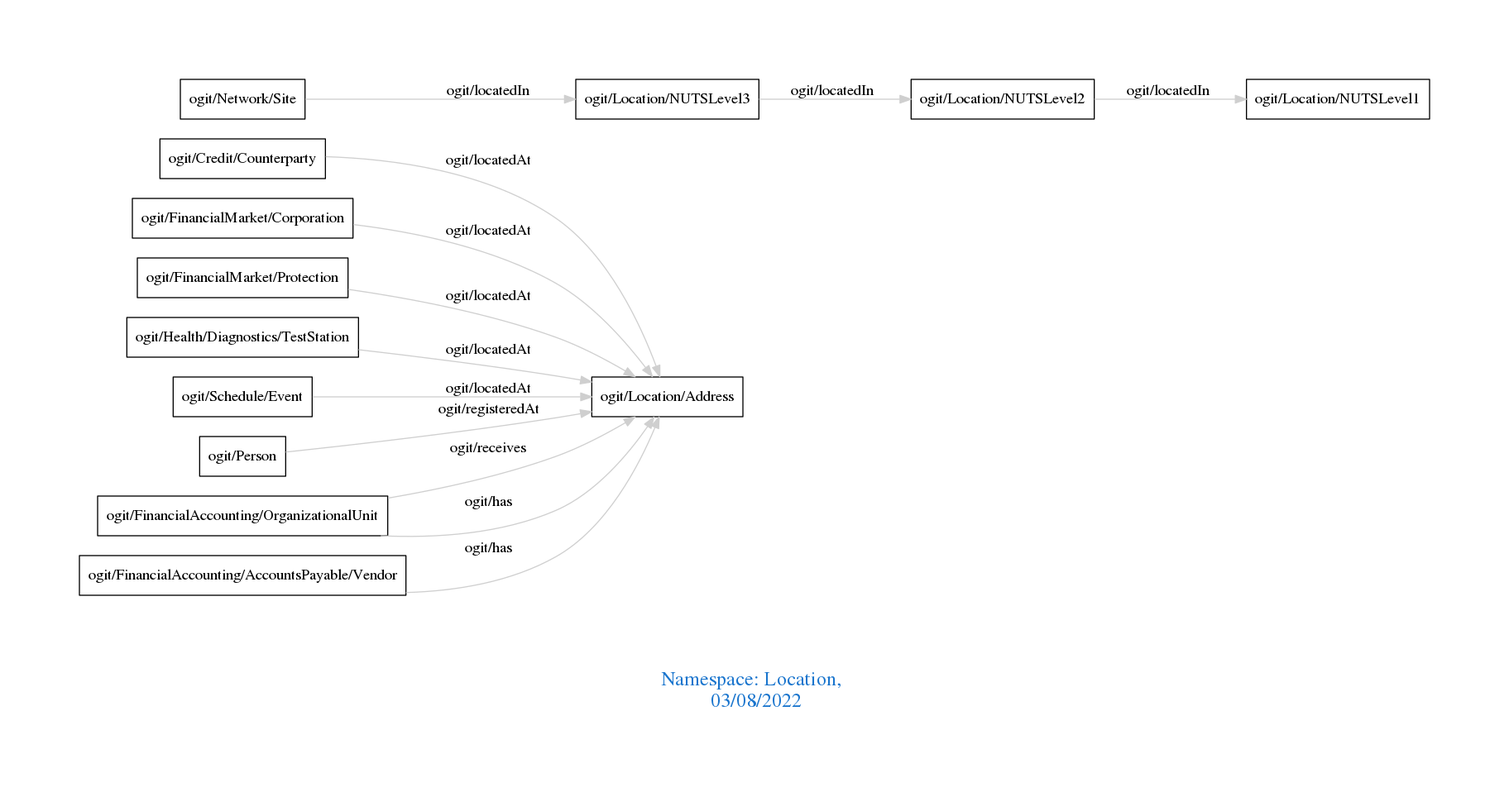
Earlier version of the Graphviz export downloads/Location.png (arago/OGIT). Its source is kept beside it as downloads/Location.dot.
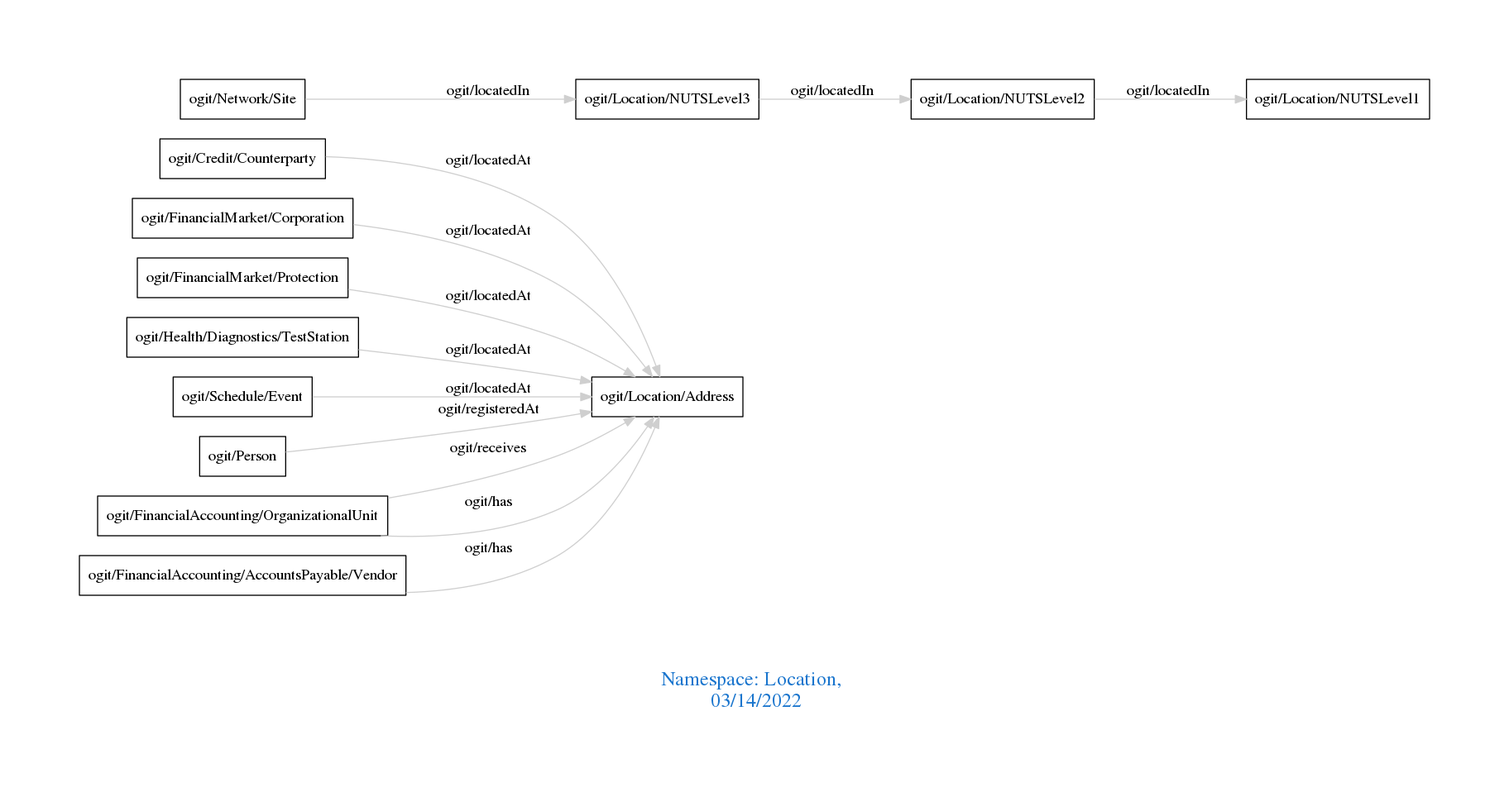
After the commit.

Diff of the diagram source:
```diff
@@ -1,7 +1,7 @@
 digraph OGIT_ontology {
  graph [ rankdir= LR,pad=1
 fontsize = 18,
-fontcolor= dodgerblue3,label = "\n\n\nNamespace: Location, \n 03/08/2022"];
+fontcolor= dodgerblue3,label = "\n\n\nNamespace: Location, \n 03/14/2022"];
 node[shape=polygon];
 edge [  color="gray81"];
 
```
